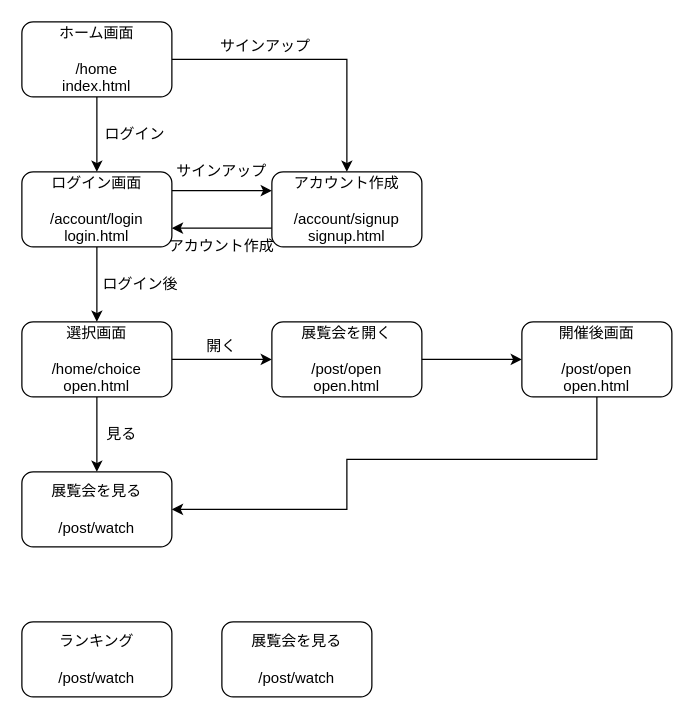
This is plan.drawio from 012xx/online_museum, a draw.io file, before an edit. Source tidied: cells renumbered, new cells numbered last; positions are measured from the earlier drawing's top-left corner, leaving out a move shared by most shapes. Both pictures are drawn from the tidied source at 125%, with x=0, y=0 at pixel (21, 21).
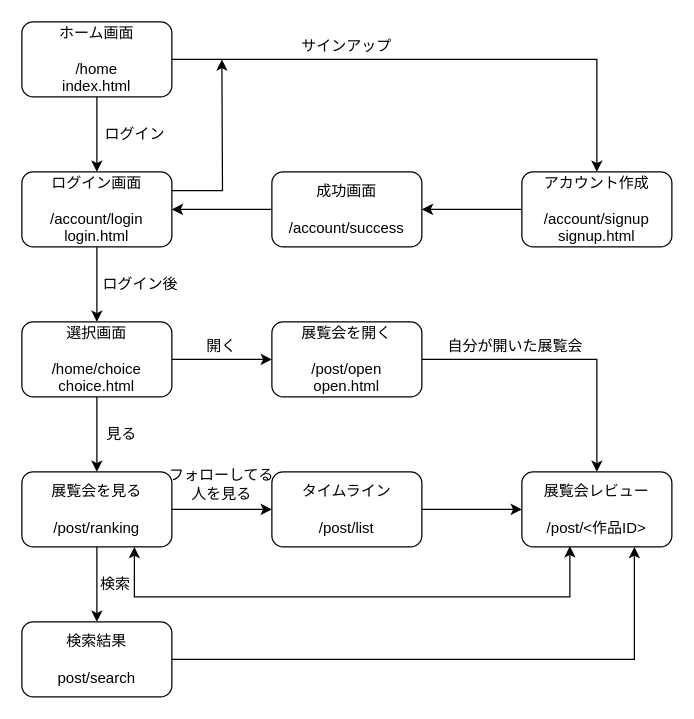
The same diagram, later.

Commit message:
設計図を更新

The change refers to these unchanged cells:
```xml
<mxCell id="7" value="ログイン画面&lt;br&gt;&lt;br&gt;/account/login&lt;br&gt;login.html" style="rounded=1;whiteSpace=wrap;html=1;" parent="1" vertex="1">
  <mxGeometry y="120" width="120" height="60" as="geometry" />
</mxCell>
<mxCell id="18" value="展覧会を開く&lt;br&gt;&lt;br&gt;/post/open&lt;br&gt;open.html" style="rounded=1;whiteSpace=wrap;html=1;" parent="1" vertex="1">
  <mxGeometry x="200" y="240" width="120" height="60" as="geometry" />
</mxCell>
```

What changed in the source:
```diff
@@
-    <mxCell id="6" style="edgeStyle=orthogonalEdgeStyle;rounded=0;jettySize=auto;html=1;exitX=1;exitY=0.25;exitDx=0;exitDy=0;entryX=0;entryY=0.25;entryDx=0;entryDy=0;" parent="1" edge="1" source="7" target="10">
-      <mxGeometry relative="1" as="geometry" />
-    </mxCell>
+    <mxCell id="27" style="edgeStyle=orthogonalEdgeStyle;rounded=0;jettySize=auto;html=1;exitX=1;exitY=0.25;exitDx=0;exitDy=0;" parent="1" edge="1" source="7">
+      <mxGeometry relative="1" as="geometry">
+        <mxPoint x="160" y="30" as="targetPoint" />
+      </mxGeometry>
+    </mxCell>
@@
-    <mxCell id="9" style="edgeStyle=orthogonalEdgeStyle;rounded=0;jettySize=auto;html=1;exitX=0;exitY=0.75;exitDx=0;exitDy=0;entryX=1;entryY=0.75;entryDx=0;entryDy=0;" parent="1" edge="1" source="10" target="7">
-      <mxGeometry relative="1" as="geometry" />
-    </mxCell>
+    <mxCell id="28" style="edgeStyle=orthogonalEdgeStyle;rounded=0;jettySize=auto;html=1;entryX=1;entryY=0.5;entryDx=0;entryDy=0;" parent="1" edge="1" source="10" target="35">
+      <mxGeometry relative="1" as="geometry" />
+    </mxCell>
     <mxCell id="10" value="アカウント作成&lt;br&gt;&lt;br&gt;/account/signup&lt;br&gt;signup.html" style="rounded=1;whiteSpace=wrap;html=1;" parent="1" vertex="1">
-      <mxGeometry x="200" y="120" width="120" height="60" as="geometry" />
+      <mxGeometry x="400" y="120" width="120" height="60" as="geometry" />
     </mxCell>
     <mxCell id="11" value="サインアップ" style="text;html=1;strokeColor=none;fillColor=none;align=center;verticalAlign=middle;whiteSpace=wrap;rounded=0;" parent="1" vertex="1">
-      <mxGeometry x="150" y="10" width="90" height="20" as="geometry" />
+      <mxGeometry x="215" y="10" width="90" height="20" as="geometry" />
     </mxCell>
-    <mxCell id="12" value="サインアップ" style="text;html=1;strokeColor=none;fillColor=none;align=center;verticalAlign=middle;whiteSpace=wrap;rounded=0;" parent="1" vertex="1">
-      <mxGeometry x="120" y="110" width="80" height="20" as="geometry" />
-    </mxCell>
@@
-    <mxCell id="15" value="選択画面&lt;br&gt;&lt;br&gt;/home/choice&lt;br&gt;open.html" style="rounded=1;whiteSpace=wrap;html=1;" parent="1" vertex="1">
+    <mxCell id="15" value="選択画面&lt;br&gt;&lt;br&gt;/home/choice&lt;br&gt;choice.html" style="rounded=1;whiteSpace=wrap;html=1;" parent="1" vertex="1">
       <mxGeometry y="240" width="120" height="60" as="geometry" />
     </mxCell>
@@
+    <mxCell id="29" style="edgeStyle=orthogonalEdgeStyle;rounded=0;jettySize=auto;html=1;entryX=0;entryY=0.5;entryDx=0;entryDy=0;" parent="1" edge="1" source="17" target="26">
+      <mxGeometry relative="1" as="geometry" />
+    </mxCell>
+    <mxCell id="30" style="edgeStyle=orthogonalEdgeStyle;rounded=0;jettySize=auto;html=1;entryX=0.5;entryY=0;entryDx=0;entryDy=0;" parent="1" edge="1" source="17" target="38">
+      <mxGeometry relative="1" as="geometry" />
+    </mxCell>
+    <mxCell id="31" style="edgeStyle=orthogonalEdgeStyle;rounded=0;jettySize=auto;html=1;exitX=0.75;exitY=1;exitDx=0;exitDy=0;entryX=0.32;entryY=0.99;entryDx=0;entryDy=0;entryPerimeter=0;startArrow=classic;startFill=1;" parent="1" edge="1" source="17" target="24">
+      <mxGeometry relative="1" as="geometry">
+        <Array as="points">
+          <mxPoint x="90" y="460" />
+          <mxPoint x="438" y="460" />
+        </Array>
+      </mxGeometry>
+    </mxCell>
-    <mxCell id="17" value="展覧会を見る&lt;br&gt;&lt;br&gt;/post/watch&lt;br&gt;" style="rounded=1;whiteSpace=wrap;html=1;" parent="1" vertex="1">
+    <mxCell id="17" value="展覧会を見る&lt;br&gt;&lt;br&gt;/post/ranking" style="rounded=1;whiteSpace=wrap;html=1;" parent="1" vertex="1">
       <mxGeometry y="360" width="120" height="60" as="geometry" />
     </mxCell>
+    <mxCell id="32" style="edgeStyle=orthogonalEdgeStyle;rounded=0;jettySize=auto;html=1;entryX=0.5;entryY=0;entryDx=0;entryDy=0;" parent="1" edge="1" source="18" target="24">
+      <mxGeometry relative="1" as="geometry" />
+    </mxCell>
@@
-    <mxCell id="21" value="アカウント作成" style="text;html=1;strokeColor=none;fillColor=none;align=center;verticalAlign=middle;whiteSpace=wrap;rounded=0;" parent="1" vertex="1">
-      <mxGeometry x="115" y="170" width="90" height="20" as="geometry" />
-    </mxCell>
-    <mxCell id="22" style="edgeStyle=orthogonalEdgeStyle;rounded=0;orthogonalLoop=1;jettySize=auto;html=1;entryX=0;entryY=0.5;entryDx=0;entryDy=0;" parent="1" edge="1">
-      <mxGeometry relative="1" as="geometry">
-        <mxPoint x="320" y="270" as="sourcePoint" />
-        <mxPoint x="400" y="270" as="targetPoint" />
-        <Array as="points">
-          <mxPoint x="380" y="270" />
-          <mxPoint x="380" y="270" />
-        </Array>
-      </mxGeometry>
-    </mxCell>
-    <mxCell id="23" style="edgeStyle=orthogonalEdgeStyle;rounded=0;jettySize=auto;html=1;entryX=1;entryY=0.5;entryDx=0;entryDy=0;" parent="1" edge="1" source="24" target="17">
-      <mxGeometry relative="1" as="geometry">
-        <Array as="points">
-          <mxPoint x="460" y="350" />
-          <mxPoint x="260" y="350" />
-          <mxPoint x="260" y="390" />
-        </Array>
-      </mxGeometry>
-    </mxCell>
-    <mxCell id="24" value="開催後画面&lt;br&gt;&lt;br&gt;/post/open&lt;br&gt;open.html" style="rounded=1;whiteSpace=wrap;html=1;" parent="1" vertex="1">
-      <mxGeometry x="400" y="240" width="120" height="60" as="geometry" />
+    <mxCell id="24" value="展覧会レビュー&lt;br&gt;&lt;br&gt;/post/&amp;lt;作品ID&amp;gt;&lt;br&gt;" style="rounded=1;whiteSpace=wrap;html=1;" parent="1" vertex="1">
+      <mxGeometry x="400" y="360" width="120" height="60" as="geometry" />
     </mxCell>
-    <mxCell id="25" value="ランキング&lt;br&gt;&lt;br&gt;/post/watch" style="rounded=1;whiteSpace=wrap;html=1;" parent="1" vertex="1">
-      <mxGeometry y="480" width="120" height="60" as="geometry" />
-    </mxCell>
+    <mxCell id="33" style="edgeStyle=orthogonalEdgeStyle;rounded=0;jettySize=auto;html=1;entryX=0;entryY=0.5;entryDx=0;entryDy=0;" parent="1" edge="1" source="26" target="24">
+      <mxGeometry relative="1" as="geometry" />
+    </mxCell>
-    <mxCell id="26" value="展覧会を見る&lt;br&gt;&lt;br&gt;/post/watch&lt;br&gt;" style="rounded=1;whiteSpace=wrap;html=1;" parent="1" vertex="1">
-      <mxGeometry x="160" y="480" width="120" height="60" as="geometry" />
+    <mxCell id="26" value="タイムライン&lt;br&gt;&lt;br&gt;/post/list&lt;br&gt;" style="rounded=1;whiteSpace=wrap;html=1;" parent="1" vertex="1">
+      <mxGeometry x="200" y="360" width="120" height="60" as="geometry" />
     </mxCell>
+    <mxCell id="34" style="edgeStyle=orthogonalEdgeStyle;rounded=0;jettySize=auto;html=1;entryX=1;entryY=0.5;entryDx=0;entryDy=0;" parent="1" edge="1" source="35" target="7">
+      <mxGeometry relative="1" as="geometry" />
+    </mxCell>
+    <mxCell id="35" value="成功画面&lt;br&gt;&lt;br&gt;/account/success&lt;br&gt;" style="rounded=1;whiteSpace=wrap;html=1;" parent="1" vertex="1">
+      <mxGeometry x="200" y="120" width="120" height="60" as="geometry" />
+    </mxCell>
+    <mxCell id="36" value="自分が開いた展覧会" style="text;html=1;strokeColor=none;fillColor=none;align=center;verticalAlign=middle;whiteSpace=wrap;rounded=0;" parent="1" vertex="1">
+      <mxGeometry x="340" y="250" width="110" height="20" as="geometry" />
+    </mxCell>
+    <mxCell id="37" style="edgeStyle=orthogonalEdgeStyle;rounded=0;jettySize=auto;html=1;exitX=1;exitY=0.5;exitDx=0;exitDy=0;entryX=0.75;entryY=1;entryDx=0;entryDy=0;" parent="1" edge="1" source="38" target="24">
+      <mxGeometry relative="1" as="geometry" />
+    </mxCell>
+    <mxCell id="38" value="検索結果&lt;br&gt;&lt;br&gt;post/search&lt;br&gt;" style="rounded=1;whiteSpace=wrap;html=1;" parent="1" vertex="1">
+      <mxGeometry y="480" width="120" height="60" as="geometry" />
+    </mxCell>
+    <mxCell id="39" value="フォローしてる&lt;br&gt;人を見る" style="text;html=1;strokeColor=none;fillColor=none;align=center;verticalAlign=middle;whiteSpace=wrap;rounded=0;" parent="1" vertex="1">
+      <mxGeometry x="95" y="360" width="130" height="20" as="geometry" />
+    </mxCell>
+    <mxCell id="40" value="検索" style="text;html=1;strokeColor=none;fillColor=none;align=center;verticalAlign=middle;whiteSpace=wrap;rounded=0;" parent="1" vertex="1">
+      <mxGeometry x="55" y="440" width="40" height="20" as="geometry" />
+    </mxCell>
```
